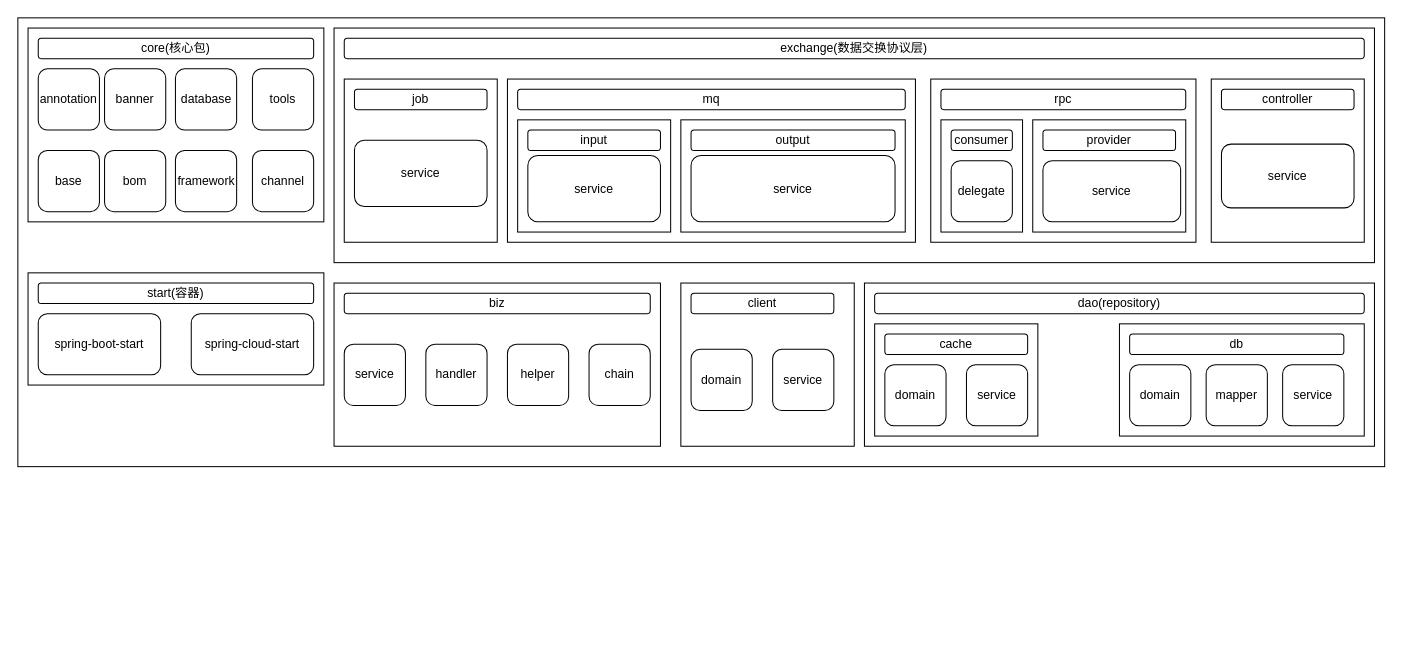
Before: 未命名绘图.drawio in stoneNyKing/design, a draw.io diagram. Source tidied: cells renumbered, new cells numbered last; positions are measured from the earlier drawing's top-left corner, leaving out a move shared by most shapes. Both pictures are drawn from the tidied source at 102%, with x=0, y=0 at pixel (17, 17).
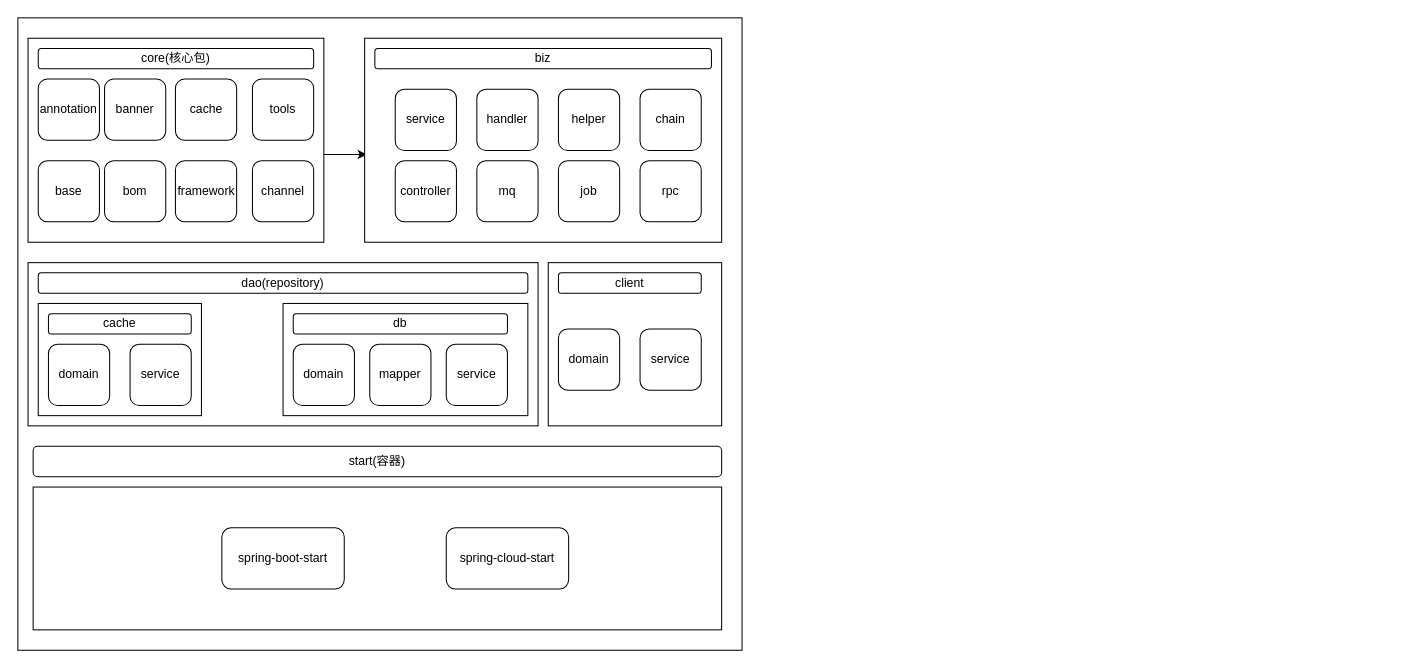
After the change.

Commit message:
更新未命名绘图.drawio

The edit, as a diff of the source:
```diff
@@
     <mxCell id="2" style="whiteSpace=wrap;html=1;" parent="1" vertex="1">
-      <mxGeometry width="1340" height="440" as="geometry" />
+      <mxGeometry width="710" height="620" as="geometry" />
     </mxCell>
+    <mxCell id="62" style="edgeStyle=orthogonalEdgeStyle;rounded=0;jettySize=auto;html=1;entryX=0.006;entryY=0.57;entryDx=0;entryDy=0;entryPerimeter=0;" parent="1" edge="1" source="3" target="17">
+      <mxGeometry relative="1" as="geometry">
+        <Array as="points">
+          <mxPoint x="310" y="134" />
+          <mxPoint x="310" y="134" />
+        </Array>
+      </mxGeometry>
+    </mxCell>
     <mxCell id="3" style="rounded=0;whiteSpace=wrap;html=1;" parent="1" vertex="1">
-      <mxGeometry x="10" y="10" width="290" height="190" as="geometry" />
+      <mxGeometry x="10" y="20" width="290" height="200" as="geometry" />
     </mxCell>
     <mxCell id="4" value="core(核心包)" style="rounded=1;whiteSpace=wrap;html=1;" parent="1" vertex="1">
-      <mxGeometry x="20" y="20" width="270" height="20" as="geometry" />
+      <mxGeometry x="20" y="30" width="270" height="20" as="geometry" />
     </mxCell>
     <mxCell id="5" value="annotation" style="whiteSpace=wrap;html=1;rounded=1;" parent="1" vertex="1">
-      <mxGeometry x="20" y="50" width="60" height="60" as="geometry" />
+      <mxGeometry x="20" y="60" width="60" height="60" as="geometry" />
     </mxCell>
     <mxCell id="6" value="banner" style="whiteSpace=wrap;html=1;rounded=1;" parent="1" vertex="1">
-      <mxGeometry x="85" y="50" width="60" height="60" as="geometry" />
+      <mxGeometry x="85" y="60" width="60" height="60" as="geometry" />
     </mxCell>
-    <mxCell id="7" value="database" style="whiteSpace=wrap;html=1;rounded=1;" parent="1" vertex="1">
-      <mxGeometry x="154.5" y="50" width="60" height="60" as="geometry" />
+    <mxCell id="7" value="cache" style="whiteSpace=wrap;html=1;rounded=1;" parent="1" vertex="1">
+      <mxGeometry x="154.5" y="60" width="60" height="60" as="geometry" />
     </mxCell>
     <mxCell id="8" value="tools" style="whiteSpace=wrap;html=1;rounded=1;" parent="1" vertex="1">
-      <mxGeometry x="230" y="50" width="60" height="60" as="geometry" />
+      <mxGeometry x="230" y="60" width="60" height="60" as="geometry" />
     </mxCell>
     <mxCell id="9" value="base" style="whiteSpace=wrap;html=1;rounded=1;" parent="1" vertex="1">
-      <mxGeometry x="20" y="130" width="60" height="60" as="geometry" />
+      <mxGeometry x="20" y="140" width="60" height="60" as="geometry" />
     </mxCell>
     <mxCell id="10" value="bom" style="whiteSpace=wrap;html=1;rounded=1;" parent="1" vertex="1">
-      <mxGeometry x="85" y="130" width="60" height="60" as="geometry" />
+      <mxGeometry x="85" y="140" width="60" height="60" as="geometry" />
     </mxCell>
     <mxCell id="11" value="framework" style="whiteSpace=wrap;html=1;rounded=1;" parent="1" vertex="1">
-      <mxGeometry x="154.5" y="130" width="60" height="60" as="geometry" />
+      <mxGeometry x="154.5" y="140" width="60" height="60" as="geometry" />
     </mxCell>
     <mxCell id="12" value="channel" style="whiteSpace=wrap;html=1;rounded=1;" parent="1" vertex="1">
-      <mxGeometry x="230" y="130" width="60" height="60" as="geometry" />
+      <mxGeometry x="230" y="140" width="60" height="60" as="geometry" />
     </mxCell>
     <mxCell id="13" style="rounded=0;whiteSpace=wrap;html=1;" parent="1" vertex="1">
-      <mxGeometry x="10" y="250" width="290" height="110" as="geometry" />
+      <mxGeometry x="15" y="460" width="675" height="140" as="geometry" />
     </mxCell>
     <mxCell id="14" value="start(容器)" style="rounded=1;whiteSpace=wrap;html=1;" parent="1" vertex="1">
-      <mxGeometry x="20" y="260" width="270" height="20" as="geometry" />
+      <mxGeometry x="15" y="420" width="675" height="30" as="geometry" />
     </mxCell>
     <mxCell id="15" value="spring-boot-start" style="rounded=1;whiteSpace=wrap;html=1;" parent="1" vertex="1">
-      <mxGeometry x="20" y="290" width="120" height="60" as="geometry" />
+      <mxGeometry x="200" y="500" width="120" height="60" as="geometry" />
     </mxCell>
     <mxCell id="16" value="spring-cloud-start" style="rounded=1;whiteSpace=wrap;html=1;" parent="1" vertex="1">
-      <mxGeometry x="170" y="290" width="120" height="60" as="geometry" />
+      <mxGeometry x="420" y="500" width="120" height="60" as="geometry" />
     </mxCell>
     <mxCell id="17" style="rounded=0;whiteSpace=wrap;html=1;" parent="1" vertex="1">
-      <mxGeometry x="310" y="260" width="320" height="160" as="geometry" />
+      <mxGeometry x="340" y="20" width="350" height="200" as="geometry" />
     </mxCell>
     <mxCell id="18" value="biz" style="rounded=1;whiteSpace=wrap;html=1;" parent="1" vertex="1">
-      <mxGeometry x="320" y="270" width="300" height="20" as="geometry" />
+      <mxGeometry x="350" y="30" width="330" height="20" as="geometry" />
     </mxCell>
     <mxCell id="19" value="service" style="rounded=1;whiteSpace=wrap;html=1;" parent="1" vertex="1">
-      <mxGeometry x="320" y="320" width="60" height="60" as="geometry" />
+      <mxGeometry x="370" y="70" width="60" height="60" as="geometry" />
     </mxCell>
     <mxCell id="20" value="handler" style="rounded=1;whiteSpace=wrap;html=1;" parent="1" vertex="1">
-      <mxGeometry x="400" y="320" width="60" height="60" as="geometry" />
+      <mxGeometry x="450" y="70" width="60" height="60" as="geometry" />
     </mxCell>
     <mxCell id="21" value="helper" style="rounded=1;whiteSpace=wrap;html=1;" parent="1" vertex="1">
-      <mxGeometry x="480" y="320" width="60" height="60" as="geometry" />
+      <mxGeometry x="530" y="70" width="60" height="60" as="geometry" />
     </mxCell>
     <mxCell id="22" value="chain" style="rounded=1;whiteSpace=wrap;html=1;" parent="1" vertex="1">
-      <mxGeometry x="560" y="320" width="60" height="60" as="geometry" />
+      <mxGeometry x="610" y="70" width="60" height="60" as="geometry" />
     </mxCell>
     <mxCell id="23" style="rounded=0;whiteSpace=wrap;html=1;" parent="1" vertex="1">
-      <mxGeometry x="650" y="260" width="170" height="160" as="geometry" />
+      <mxGeometry x="520" y="240" width="170" height="160" as="geometry" />
     </mxCell>
     <mxCell id="24" value="client" style="rounded=1;whiteSpace=wrap;html=1;" parent="1" vertex="1">
-      <mxGeometry x="660" y="270" width="140" height="20" as="geometry" />
+      <mxGeometry x="530" y="250" width="140" height="20" as="geometry" />
     </mxCell>
     <mxCell id="25" value="domain" style="rounded=1;whiteSpace=wrap;html=1;" parent="1" vertex="1">
-      <mxGeometry x="660" y="325" width="60" height="60" as="geometry" />
+      <mxGeometry x="530" y="305" width="60" height="60" as="geometry" />
     </mxCell>
     <mxCell id="26" value="service" style="rounded=1;whiteSpace=wrap;html=1;" parent="1" vertex="1">
-      <mxGeometry x="740" y="325" width="60" height="60" as="geometry" />
+      <mxGeometry x="610" y="305" width="60" height="60" as="geometry" />
     </mxCell>
     <mxCell id="27" style="rounded=0;whiteSpace=wrap;html=1;" parent="1" vertex="1">
-      <mxGeometry x="830" y="260" width="500" height="160" as="geometry" />
+      <mxGeometry x="10" y="240" width="500" height="160" as="geometry" />
     </mxCell>
     <mxCell id="28" value="dao(repository)" style="rounded=1;whiteSpace=wrap;html=1;" parent="1" vertex="1">
-      <mxGeometry x="840" y="270" width="480" height="20" as="geometry" />
+      <mxGeometry x="20" y="250" width="480" height="20" as="geometry" />
     </mxCell>
     <mxCell id="29" style="rounded=0;whiteSpace=wrap;html=1;" parent="1" vertex="1">
-      <mxGeometry x="840" y="300" width="160" height="110" as="geometry" />
+      <mxGeometry x="20" y="280" width="160" height="110" as="geometry" />
     </mxCell>
     <mxCell id="30" value="cache" style="rounded=1;whiteSpace=wrap;html=1;" parent="1" vertex="1">
-      <mxGeometry x="850" y="310" width="140" height="20" as="geometry" />
+      <mxGeometry x="30" y="290" width="140" height="20" as="geometry" />
     </mxCell>
     <mxCell id="31" style="rounded=0;whiteSpace=wrap;html=1;" parent="1" vertex="1">
-      <mxGeometry x="1080" y="300" width="240" height="110" as="geometry" />
+      <mxGeometry x="260" y="280" width="240" height="110" as="geometry" />
     </mxCell>
     <mxCell id="32" value="domain" style="rounded=1;whiteSpace=wrap;html=1;" parent="1" vertex="1">
-      <mxGeometry x="850" y="340" width="60" height="60" as="geometry" />
+      <mxGeometry x="30" y="320" width="60" height="60" as="geometry" />
     </mxCell>
     <mxCell id="33" value="service" style="rounded=1;whiteSpace=wrap;html=1;" parent="1" vertex="1">
-      <mxGeometry x="930" y="340" width="60" height="60" as="geometry" />
+      <mxGeometry x="110" y="320" width="60" height="60" as="geometry" />
     </mxCell>
     <mxCell id="34" value="db" style="rounded=1;whiteSpace=wrap;html=1;" parent="1" vertex="1">
-      <mxGeometry x="1090" y="310" width="210" height="20" as="geometry" />
+      <mxGeometry x="270" y="290" width="210" height="20" as="geometry" />
     </mxCell>
     <mxCell id="35" value="domain" style="rounded=1;whiteSpace=wrap;html=1;" parent="1" vertex="1">
-      <mxGeometry x="1090" y="340" width="60" height="60" as="geometry" />
+      <mxGeometry x="270" y="320" width="60" height="60" as="geometry" />
     </mxCell>
     <mxCell id="36" value="mapper" style="rounded=1;whiteSpace=wrap;html=1;" parent="1" vertex="1">
-      <mxGeometry x="1165" y="340" width="60" height="60" as="geometry" />
+      <mxGeometry x="345" y="320" width="60" height="60" as="geometry" />
     </mxCell>
     <mxCell id="37" value="service" style="rounded=1;whiteSpace=wrap;html=1;" parent="1" vertex="1">
-      <mxGeometry x="1240" y="340" width="60" height="60" as="geometry" />
+      <mxGeometry x="420" y="320" width="60" height="60" as="geometry" />
     </mxCell>
-    <mxCell id="38" style="rounded=0;whiteSpace=wrap;html=1;" parent="1" vertex="1">
-      <mxGeometry x="310" y="10" width="1020" height="230" as="geometry" />
-    </mxCell>
-    <mxCell id="39" value="exchange(数据交换协议层)" style="rounded=1;whiteSpace=wrap;html=1;" parent="1" vertex="1">
-      <mxGeometry x="320" y="20" width="1000" height="20" as="geometry" />
-    </mxCell>
-    <mxCell id="40" style="rounded=0;whiteSpace=wrap;html=1;" parent="1" vertex="1">
-      <mxGeometry x="480" y="60" width="400" height="160" as="geometry" />
-    </mxCell>
+    <mxCell id="60" value="controller" style="rounded=1;whiteSpace=wrap;html=1;" parent="1" vertex="1">
+      <mxGeometry x="370" y="140" width="60" height="60" as="geometry" />
+    </mxCell>
     <mxCell id="41" value="mq" style="rounded=1;whiteSpace=wrap;html=1;" parent="1" vertex="1">
-      <mxGeometry x="490" y="70" width="380" height="20" as="geometry" />
+      <mxGeometry x="450" y="140" width="60" height="60" as="geometry" />
     </mxCell>
-    <mxCell id="42" style="rounded=0;whiteSpace=wrap;html=1;" parent="1" vertex="1">
-      <mxGeometry x="895" y="60" width="260" height="160" as="geometry" />
-    </mxCell>
+    <mxCell id="51" value="job" style="rounded=1;whiteSpace=wrap;html=1;" parent="1" vertex="1">
+      <mxGeometry x="530" y="140" width="60" height="60" as="geometry" />
+    </mxCell>
     <mxCell id="43" value="rpc" style="rounded=1;whiteSpace=wrap;html=1;" parent="1" vertex="1">
-      <mxGeometry x="905" y="70" width="240" height="20" as="geometry" />
+      <mxGeometry x="610" y="140" width="60" height="60" as="geometry" />
     </mxCell>
-    <mxCell id="44" style="rounded=0;whiteSpace=wrap;html=1;" parent="1" vertex="1">
-      <mxGeometry x="905" y="100" width="80" height="110" as="geometry" />
-    </mxCell>
-    <mxCell id="45" value="consumer" style="rounded=1;whiteSpace=wrap;html=1;" parent="1" vertex="1">
-      <mxGeometry x="915" y="110" width="60" height="20" as="geometry" />
-    </mxCell>
-    <mxCell id="46" style="rounded=0;whiteSpace=wrap;html=1;" parent="1" vertex="1">
-      <mxGeometry x="995" y="100" width="150" height="110" as="geometry" />
-    </mxCell>
-    <mxCell id="47" value="provider" style="rounded=1;whiteSpace=wrap;html=1;" parent="1" vertex="1">
-      <mxGeometry x="1005" y="110" width="130" height="20" as="geometry" />
-    </mxCell>
-    <mxCell id="48" value="service" style="rounded=1;whiteSpace=wrap;html=1;" parent="1" vertex="1">
-      <mxGeometry x="1005" y="140" width="135" height="60" as="geometry" />
-    </mxCell>
-    <mxCell id="49" value="delegate" style="rounded=1;whiteSpace=wrap;html=1;" parent="1" vertex="1">
-      <mxGeometry x="915" y="140" width="60" height="60" as="geometry" />
-    </mxCell>
-    <mxCell id="50" style="rounded=0;whiteSpace=wrap;html=1;" parent="1" vertex="1">
-      <mxGeometry x="320" y="60" width="150" height="160" as="geometry" />
-    </mxCell>
-    <mxCell id="51" value="job" style="rounded=1;whiteSpace=wrap;html=1;" parent="1" vertex="1">
-      <mxGeometry x="330" y="70" width="130" height="20" as="geometry" />
-    </mxCell>
-    <mxCell id="52" value="service" style="rounded=1;whiteSpace=wrap;html=1;" parent="1" vertex="1">
-      <mxGeometry x="330" y="120" width="130" height="65" as="geometry" />
-    </mxCell>
-    <mxCell id="53" style="rounded=0;whiteSpace=wrap;html=1;" parent="1" vertex="1">
-      <mxGeometry x="490" y="100" width="150" height="110" as="geometry" />
-    </mxCell>
-    <mxCell id="54" value="input" style="rounded=1;whiteSpace=wrap;html=1;" parent="1" vertex="1">
-      <mxGeometry x="500" y="110" width="130" height="20" as="geometry" />
-    </mxCell>
-    <mxCell id="55" value="service" style="rounded=1;whiteSpace=wrap;html=1;" parent="1" vertex="1">
-      <mxGeometry x="500" y="135" width="130" height="65" as="geometry" />
-    </mxCell>
-    <mxCell id="56" style="rounded=0;whiteSpace=wrap;html=1;" parent="1" vertex="1">
-      <mxGeometry x="650" y="100" width="220" height="110" as="geometry" />
-    </mxCell>
-    <mxCell id="57" value="output" style="rounded=1;whiteSpace=wrap;html=1;" parent="1" vertex="1">
-      <mxGeometry x="660" y="110" width="200" height="20" as="geometry" />
-    </mxCell>
-    <mxCell id="58" value="service" style="rounded=1;whiteSpace=wrap;html=1;" parent="1" vertex="1">
-      <mxGeometry x="660" y="135" width="200" height="65" as="geometry" />
-    </mxCell>
-    <mxCell id="59" style="rounded=0;whiteSpace=wrap;html=1;" parent="1" vertex="1">
-      <mxGeometry x="1170" y="60" width="150" height="160" as="geometry" />
-    </mxCell>
-    <mxCell id="60" value="controller" style="rounded=1;whiteSpace=wrap;html=1;" parent="1" vertex="1">
-      <mxGeometry x="1180" y="70" width="130" height="20" as="geometry" />
-    </mxCell>
-    <mxCell id="61" value="service" style="rounded=1;whiteSpace=wrap;html=1;" parent="1" vertex="1">
-      <mxGeometry x="1180" y="123.8" width="130" height="62.5" as="geometry" />
-    </mxCell>
```
